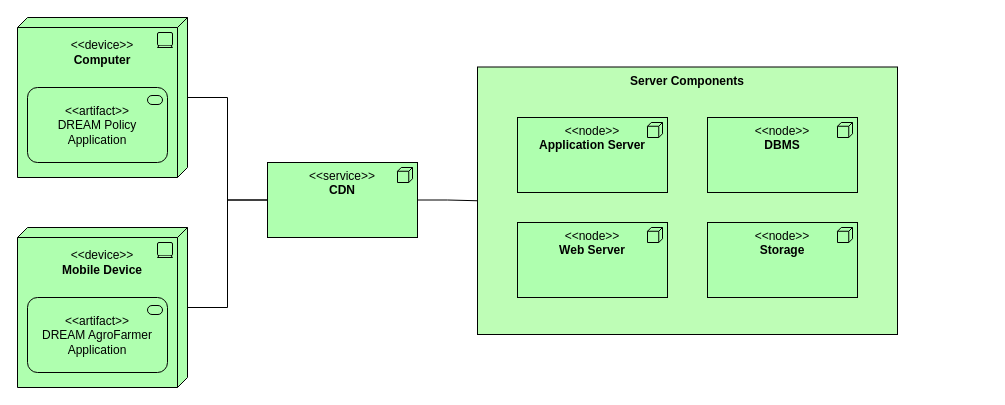
The draw.io diagram images_diagrams/dd/highlevel_deployment.drawio in gabrielemarra/DREAM-ProjectDesign, before the edit. Source tidied: cells renumbered, new cells numbered last; positions are measured from the earlier drawing's top-left corner, leaving out a move shared by most shapes. Both pictures are drawn from the tidied source at 100%, with x=0, y=0 at pixel (17, 17).
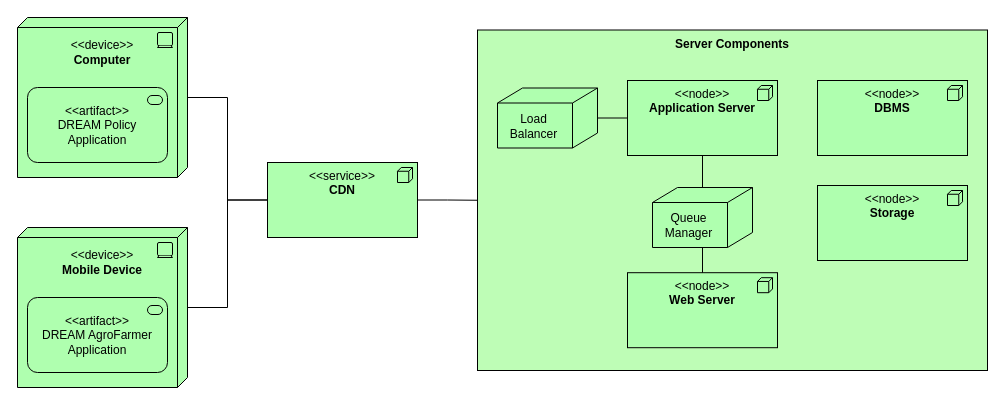
After the change.

Commit message (it also covers changes not shown here):
added load balancer and queue manager to deployment view

Change to the diagram source:
```diff
@@
     <mxCell id="2" value="&lt;b&gt;Server Components&lt;/b&gt;" style="rounded=0;whiteSpace=wrap;html=1;arcSize=2;fillColor=#BEFDB6;strokeColor=#000000;verticalAlign=top;" parent="1" vertex="1">
-      <mxGeometry x="460" y="49.5" width="420" height="267.5" as="geometry" />
+      <mxGeometry x="460" y="12.5" width="510" height="340.5" as="geometry" />
     </mxCell>
@@
+    <mxCell id="15" style="edgeStyle=orthogonalEdgeStyle;rounded=0;jettySize=auto;html=1;exitX=0.5;exitY=1;exitDx=0;exitDy=0;exitPerimeter=0;endArrow=none;endFill=0;" parent="1" edge="1" source="4" target="20">
+      <mxGeometry relative="1" as="geometry" />
+    </mxCell>
     <mxCell id="4" value="&lt;div&gt;&amp;lt;&amp;lt;node&amp;gt;&amp;gt; &lt;br&gt;&lt;/div&gt;&lt;div&gt;&lt;b&gt;Application Server&lt;/b&gt;&lt;/div&gt;" style="html=1;outlineConnect=0;whiteSpace=wrap;fillColor=#AFFFAF;shape=mxgraph.archimate3.application;appType=node;archiType=square;verticalAlign=top;" parent="1" vertex="1">
-      <mxGeometry x="500" y="100" width="150" height="75" as="geometry" />
+      <mxGeometry x="610" y="63" width="150" height="75" as="geometry" />
     </mxCell>
     <mxCell id="5" value="&lt;div&gt;&amp;lt;&amp;lt;node&amp;gt;&amp;gt;&lt;/div&gt;&lt;div&gt;&lt;b&gt;DBMS&lt;/b&gt;&lt;br&gt;&lt;/div&gt;" style="html=1;whiteSpace=wrap;fillColor=#AFFFAF;shape=mxgraph.archimate3.application;appType=node;archiType=square;verticalAlign=top;" parent="1" vertex="1">
-      <mxGeometry x="690" y="100" width="150" height="75" as="geometry" />
+      <mxGeometry x="800" y="63" width="150" height="75" as="geometry" />
     </mxCell>
     <mxCell id="6" value="&lt;div&gt;&amp;lt;&amp;lt;node&amp;gt;&amp;gt;&lt;/div&gt;&lt;div&gt;&lt;b&gt;Storage&lt;/b&gt;&lt;br&gt;&lt;/div&gt;" style="html=1;whiteSpace=wrap;fillColor=#AFFFAF;shape=mxgraph.archimate3.application;appType=node;archiType=square;verticalAlign=top;" parent="1" vertex="1">
-      <mxGeometry x="690" y="205" width="150" height="75" as="geometry" />
+      <mxGeometry x="800" y="168" width="150" height="75" as="geometry" />
     </mxCell>
@@
     <mxCell id="14" value="&lt;div&gt;&amp;lt;&amp;lt;node&amp;gt;&amp;gt;&lt;/div&gt;&lt;div&gt;&lt;b&gt;Web Server&lt;/b&gt;&lt;br&gt;&lt;/div&gt;" style="html=1;outlineConnect=0;whiteSpace=wrap;fillColor=#AFFFAF;shape=mxgraph.archimate3.application;appType=node;archiType=square;verticalAlign=top;" parent="1" vertex="1">
-      <mxGeometry x="500" y="205" width="150" height="75" as="geometry" />
+      <mxGeometry x="610" y="255.2" width="150" height="75" as="geometry" />
     </mxCell>
+    <mxCell id="16" style="edgeStyle=orthogonalEdgeStyle;rounded=0;jettySize=auto;html=1;exitX=1;exitY=0.5;exitDx=0;exitDy=0;exitPerimeter=0;entryX=0;entryY=0.75;entryDx=0;entryDy=0;entryPerimeter=0;endArrow=none;endFill=0;" parent="1" edge="1" source="17" target="4">
+      <mxGeometry relative="1" as="geometry" />
+    </mxCell>
+    <mxCell id="17" style="html=1;outlineConnect=0;whiteSpace=wrap;fillColor=#AFFFAF;shape=mxgraph.archimate3.node;rounded=0;strokeColor=#000000;verticalAlign=bottom;align=left;" parent="1" vertex="1">
+      <mxGeometry x="480" y="70.5" width="100" height="60" as="geometry" />
+    </mxCell>
+    <mxCell id="18" value="&lt;div&gt;Load&lt;/div&gt;&lt;div&gt;Balancer&lt;/div&gt;" style="text;html=1;align=center;verticalAlign=middle;strokeColor=none;fillColor=none;" parent="1" vertex="1">
+      <mxGeometry x="486" y="93.5" width="60" height="30" as="geometry" />
+    </mxCell>
+    <mxCell id="19" style="edgeStyle=orthogonalEdgeStyle;rounded=0;jettySize=auto;html=1;exitX=0.5;exitY=1;exitDx=0;exitDy=0;exitPerimeter=0;endArrow=none;endFill=0;" parent="1" edge="1" source="20" target="14">
+      <mxGeometry relative="1" as="geometry" />
+    </mxCell>
+    <mxCell id="20" style="html=1;outlineConnect=0;whiteSpace=wrap;fillColor=#AFFFAF;shape=mxgraph.archimate3.node;rounded=0;strokeColor=#000000;verticalAlign=bottom;align=left;" parent="1" vertex="1">
+      <mxGeometry x="635" y="170" width="100" height="60" as="geometry" />
+    </mxCell>
+    <mxCell id="21" value="&lt;div&gt;Queue&lt;/div&gt;&lt;div&gt;Manager&lt;/div&gt;" style="text;html=1;align=center;verticalAlign=middle;strokeColor=none;fillColor=none;" parent="1" vertex="1">
+      <mxGeometry x="641" y="193" width="60" height="30" as="geometry" />
+    </mxCell>
```
